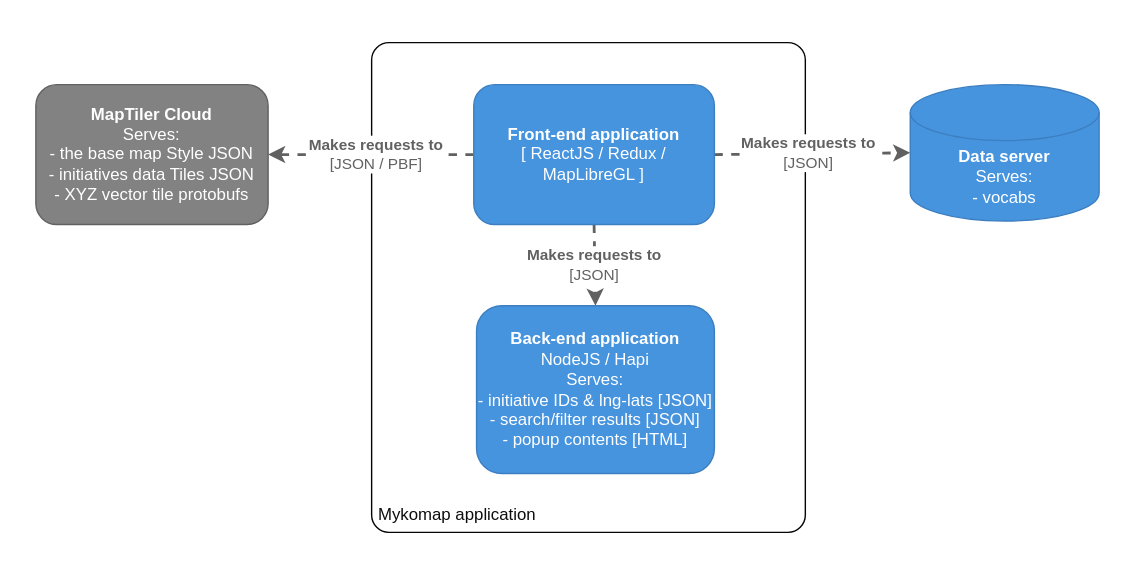
This is docs/images/architecture-system.drawio.svg from DigitalCommons/mykomap-monolith, a draw.io export, as it was before one commit. Source tidied: cells renumbered, new cells last; positions are measured from the earlier drawing's top-left corner, leaving out a move shared by most shapes.
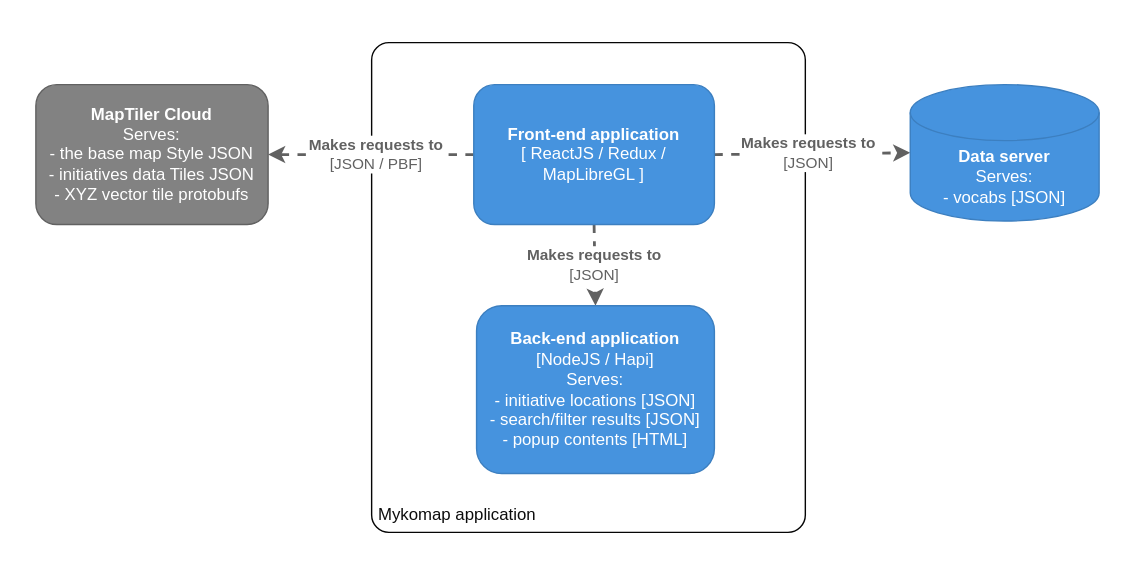
After the change.

Diff of the diagram source:
```diff
@@ -29,10 +29,10 @@
     <mxCell id="8" value="&lt;b&gt;MapTiler Cloud&lt;/b&gt;&lt;br&gt;Serves:&lt;br&gt;- the base map Style JSON&lt;br&gt;- initiatives data Tiles JSON&lt;br&gt;- XYZ vector tile protobufs" style="rounded=1;whiteSpace=wrap;html=1;fillColor=#828282;strokeColor=#616161;fontColor=#ffffff;" parent="1" vertex="1">
       <mxGeometry x="25" y="60" width="166" height="100" as="geometry" />
     </mxCell>
-    <mxCell id="9" value="&lt;b&gt;Back-end application&lt;/b&gt;&lt;br&gt;NodeJS / Hapi&lt;br&gt;Serves:&lt;br&gt;- initiative IDs &amp;amp; lng-lats [JSON]&lt;br&gt;- search/filter results [JSON]&lt;br&gt;- popup contents [HTML]" style="rounded=1;whiteSpace=wrap;html=1;fillColor=#4693DE;strokeColor=#3c7fc0;fontColor=#ffffff;" parent="1" vertex="1">
+    <mxCell id="9" value="&lt;b&gt;Back-end application&lt;/b&gt;&lt;br&gt;[NodeJS / Hapi]&lt;br&gt;Serves:&lt;br&gt;- initiative locations [JSON]&lt;br&gt;- search/filter results [JSON]&lt;br&gt;- popup contents [HTML]" style="rounded=1;whiteSpace=wrap;html=1;fillColor=#4693DE;strokeColor=#3c7fc0;fontColor=#ffffff;" parent="1" vertex="1">
       <mxGeometry x="340" y="218" width="170" height="120" as="geometry" />
     </mxCell>
-    <mxCell id="10" value="&lt;font&gt;&lt;b&gt;Data server&lt;/b&gt;&lt;br&gt;Serves:&lt;br&gt;- vocabs&lt;br&gt;&lt;/font&gt;" style="shape=cylinder3;whiteSpace=wrap;html=1;boundedLbl=1;backgroundOutline=1;size=20;labelBackgroundColor=none;strokeColor=#3c7fc0;fontColor=#FFFFFF;fillColor=#4693DE;rounded=1;" parent="1" vertex="1">
+    <mxCell id="10" value="&lt;font&gt;&lt;b&gt;Data server&lt;/b&gt;&lt;br&gt;Serves:&lt;br&gt;- vocabs [JSON]&lt;br&gt;&lt;/font&gt;" style="shape=cylinder3;whiteSpace=wrap;html=1;boundedLbl=1;backgroundOutline=1;size=20;labelBackgroundColor=none;strokeColor=#3c7fc0;fontColor=#FFFFFF;fillColor=#4693DE;rounded=1;" parent="1" vertex="1">
       <mxGeometry x="650" y="60" width="135" height="97.5" as="geometry" />
     </mxCell>
   </root>
```
